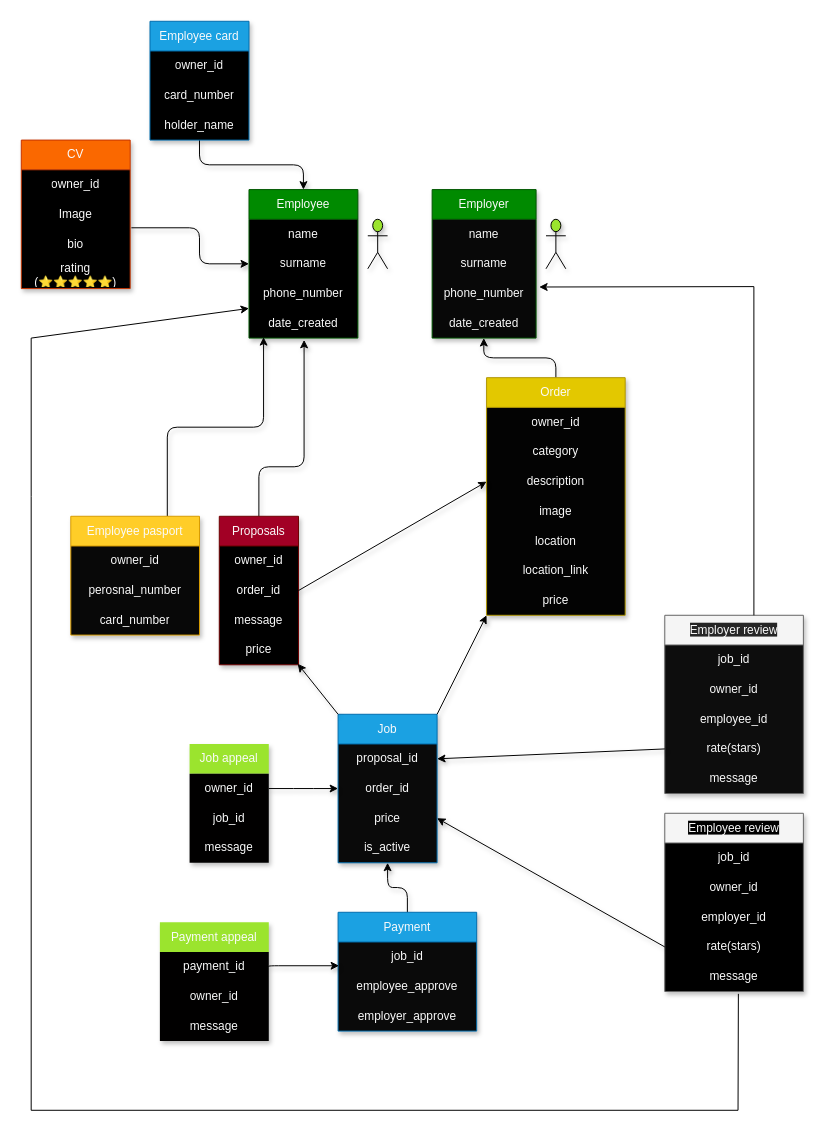
This is draw.drawio from Labbay-Hizmatizda/main-project, a draw.io file, before an edit. Source tidied: cells renumbered, new cells numbered last; positions are measured from the earlier drawing's top-left corner, leaving out a move shared by most shapes. Both pictures are drawn from the tidied source at 99%, with x=0, y=0 at pixel (21, 21).
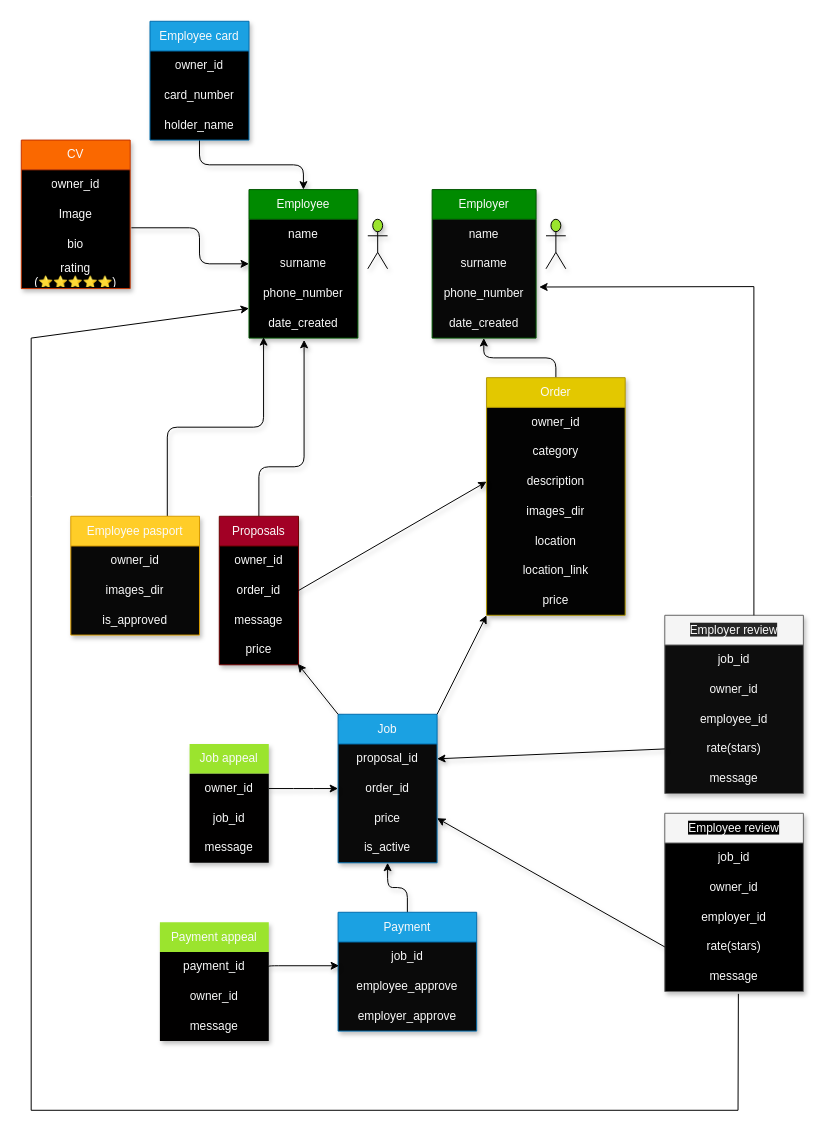
Above is the later version.

Commit message:
dirs for images changed db structure

The change refers to these unchanged cells:
```xml
<mxCell id="13" value="&lt;font&gt;Employee pasport&lt;/font&gt;" style="swimlane;fontStyle=0;horizontal=1;startSize=30;whiteSpace=wrap;html=1;fillColor=#ffcd28;strokeColor=#d79b00;gradientColor=none;swimlaneFillColor=#080808;align=center;labelBackgroundColor=none;fontColor=#fafafa;shadow=1;" parent="1" vertex="1">
  <mxGeometry x="50" y="500" width="130" height="120" as="geometry" />
</mxCell>
<mxCell id="24" value="Order" style="swimlane;fontStyle=0;horizontal=1;startSize=30;whiteSpace=wrap;html=1;fillColor=#e3c800;fontColor=#fafafa;strokeColor=#B09500;swimlaneFillColor=#030303;align=center;labelBackgroundColor=none;shadow=1;" parent="1" vertex="1">
  <mxGeometry x="470" y="360" width="140" height="240" as="geometry" />
</mxCell>
```

The edit, as a diff of the source:
```diff
@@
-    <mxCell id="15" value="perosnal_number" style="text;strokeColor=none;fillColor=none;align=center;verticalAlign=middle;spacingLeft=4;spacingRight=4;overflow=hidden;whiteSpace=wrap;html=1;labelBackgroundColor=none;fontColor=#fafafa;shadow=1;" parent="13" vertex="1">
+    <mxCell id="15" value="images_dir" style="text;strokeColor=none;fillColor=none;align=center;verticalAlign=middle;spacingLeft=4;spacingRight=4;overflow=hidden;whiteSpace=wrap;html=1;labelBackgroundColor=none;fontColor=#fafafa;shadow=1;" parent="13" vertex="1">
       <mxGeometry y="60" width="130" height="30" as="geometry" />
     </mxCell>
-    <mxCell id="16" value="card_number" style="text;strokeColor=none;fillColor=none;align=center;verticalAlign=middle;spacingLeft=4;spacingRight=4;overflow=hidden;whiteSpace=wrap;html=1;labelBackgroundColor=none;fontColor=#fafafa;shadow=1;" parent="13" vertex="1">
+    <mxCell id="16" value="is_approved" style="text;strokeColor=none;fillColor=none;align=center;verticalAlign=middle;spacingLeft=4;spacingRight=4;overflow=hidden;whiteSpace=wrap;html=1;labelBackgroundColor=none;fontColor=#fafafa;shadow=1;" parent="13" vertex="1">
       <mxGeometry y="90" width="130" height="30" as="geometry" />
     </mxCell>
@@
-    <mxCell id="28" value="image" style="text;strokeColor=none;fillColor=none;align=center;verticalAlign=middle;spacingLeft=4;spacingRight=4;overflow=hidden;whiteSpace=wrap;html=1;labelBackgroundColor=none;fontColor=#fafafa;shadow=1;" parent="24" vertex="1">
+    <mxCell id="28" value="images_dir" style="text;strokeColor=none;fillColor=none;align=center;verticalAlign=middle;spacingLeft=4;spacingRight=4;overflow=hidden;whiteSpace=wrap;html=1;labelBackgroundColor=none;fontColor=#fafafa;shadow=1;" parent="24" vertex="1">
       <mxGeometry y="120" width="140" height="30" as="geometry" />
     </mxCell>
```
